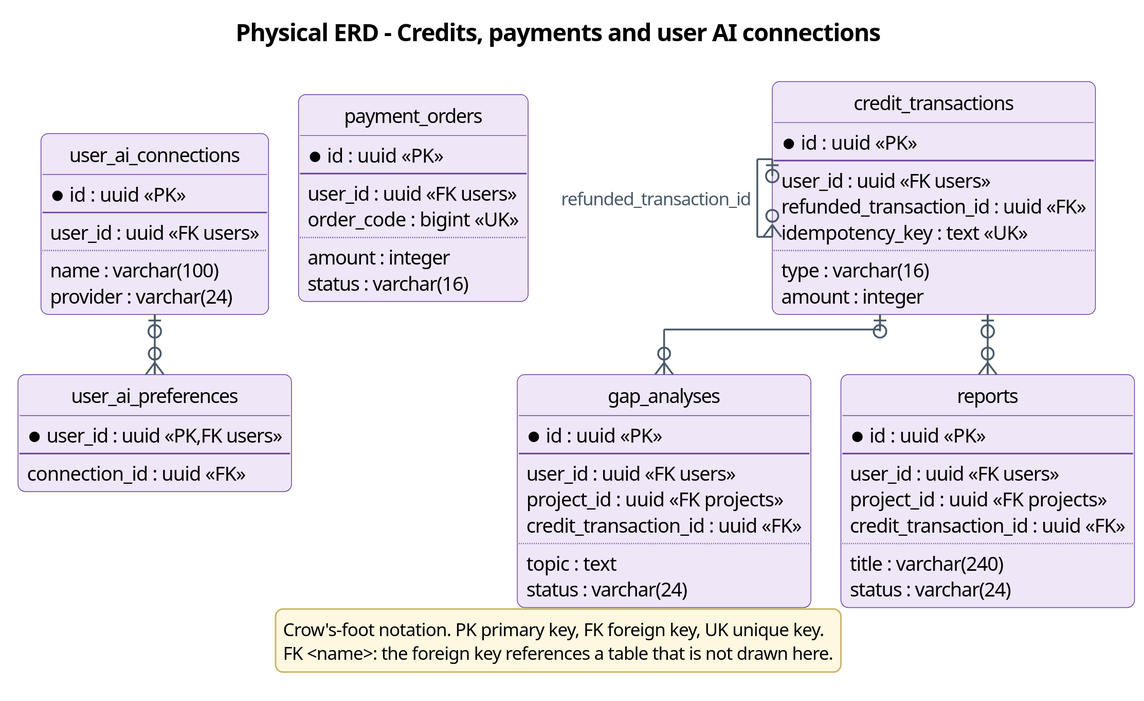
This is docs/diagrams/report4/R4_ERD_credits.svg from Khoa-Hoa-Technology-Solution-Company/lumi-gap, a PlantUML export, as it was before one commit.
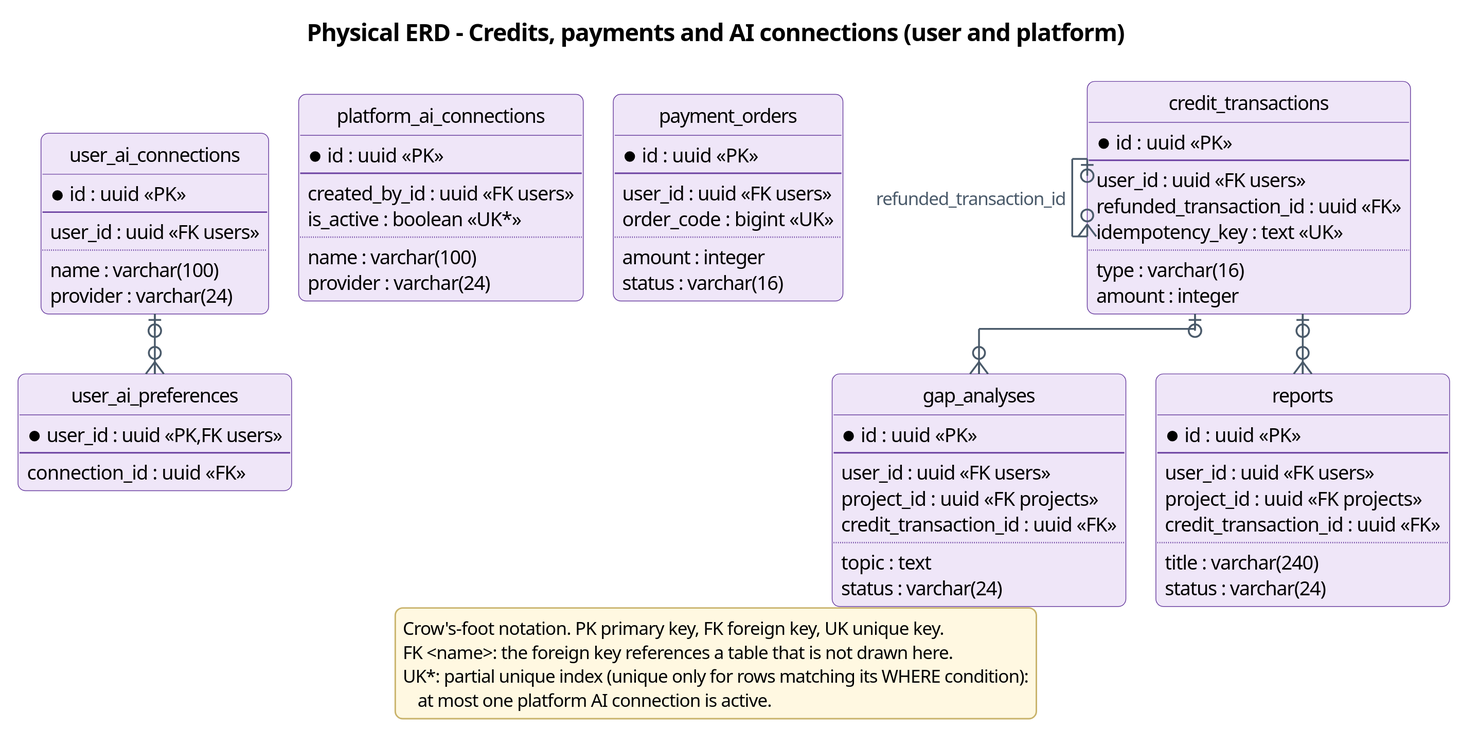
Later version of the same file.

Change to the diagram source:
```diff
@@ -24,7 +24,7 @@
 skinparam stereotypeFontSize 10
 hide circle
 hide empty methods
-title Physical ERD - Credits, payments and user AI connections
+title Physical ERD - Credits, payments and AI connections (user and platform)
 entity credit_transactions #EFE6F8;line:6A3FA0 {
   * id : uuid <<PK>>
   --
@@ -57,6 +57,15 @@
   --
   connection_id : uuid <<FK>>
 }
+entity platform_ai_connections #EFE6F8;line:6A3FA0 {
+  * id : uuid <<PK>>
+  --
+  created_by_id : uuid <<FK users>>
+  is_active : boolean <<UK*>>
+  ..
+  name : varchar(100)
+  provider : varchar(24)
+}
 entity reports #EFE6F8;line:6A3FA0 {
   * id : uuid <<PK>>
   --
@@ -84,5 +93,7 @@
 legend bottom
 Crow's-foot notation. PK primary key, FK foreign key, UK unique key.
 FK <name>: the foreign key references a table that is not drawn here.
+UK*: partial unique index (unique only for rows matching its WHERE condition):
+   at most one platform AI connection is active.
 endlegend
 @enduml
```
